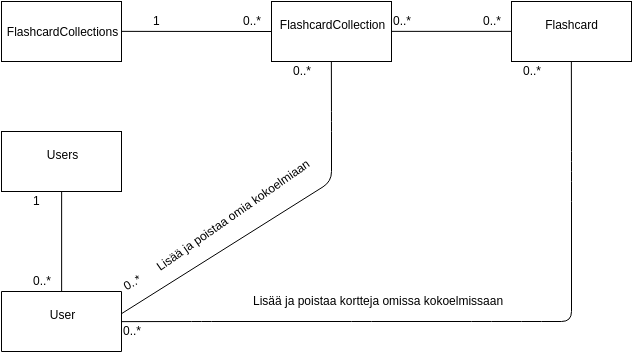
Above: dokumentaatio/MaarittelyvaiheenLuokkakaavio.png in RIR/FlashRep (draw.io), before the change. Source tidied: cells renumbered, new cells last; positions are measured from the earlier drawing's top-left corner, leaving out a move shared by most shapes. Its diagram source:
```xml
<mxGraphModel background="#ffffff">
  <root>
    <mxCell id="0" />
    <mxCell id="1" parent="0" />
    <mxCell id="2" style="edgeStyle=none;html=1;exitX=1;exitY=0.5;entryX=0;entryY=0.5;startFill=0;endArrow=none;endFill=0;" parent="1" edge="1" source="3" target="4">
      <mxGeometry relative="1" as="geometry" />
    </mxCell>
    <mxCell id="3" value="FlashcardCollection&lt;div&gt;&lt;br&gt;&lt;/div&gt;" style="whiteSpace=wrap;html=1;" parent="1" vertex="1">
      <mxGeometry x="270" width="120" height="60" as="geometry" />
    </mxCell>
    <mxCell id="4" value="Flashcard&lt;div&gt;&lt;br&gt;&lt;/div&gt;" style="whiteSpace=wrap;html=1;" parent="1" vertex="1">
      <mxGeometry x="510" width="120" height="60" as="geometry" />
    </mxCell>
    <mxCell id="5" style="edgeStyle=none;html=1;exitX=0.5;exitY=0;entryX=0.5;entryY=1;startFill=0;endArrow=none;endFill=0;" parent="1" edge="1" source="7" target="3">
      <mxGeometry relative="1" as="geometry">
        <Array as="points">
          <mxPoint x="330" y="180" />
          <mxPoint x="330" y="120" />
        </Array>
      </mxGeometry>
    </mxCell>
    <mxCell id="6" style="edgeStyle=none;html=1;entryX=0.5;entryY=1;startFill=0;endArrow=none;endFill=0;exitX=0;exitY=0.5;" parent="1" edge="1" source="7" target="4">
      <mxGeometry relative="1" as="geometry">
        <Array as="points">
          <mxPoint x="200" y="320" />
          <mxPoint x="360" y="320" />
          <mxPoint x="480" y="320" />
          <mxPoint x="530" y="320" />
          <mxPoint x="570" y="320" />
          <mxPoint x="570" y="190" />
          <mxPoint x="570" y="160" />
        </Array>
      </mxGeometry>
    </mxCell>
    <mxCell id="7" value="User&lt;div&gt;&lt;br&gt;&lt;/div&gt;" style="whiteSpace=wrap;html=1;direction=west;" parent="1" vertex="1">
      <mxGeometry y="290" width="120" height="60" as="geometry" />
    </mxCell>
    <mxCell id="8" style="edgeStyle=none;html=1;exitX=0.5;exitY=1;entryX=0.5;entryY=1;startFill=0;endArrow=none;endFill=0;" parent="1" edge="1" source="9" target="7">
      <mxGeometry relative="1" as="geometry" />
    </mxCell>
    <mxCell id="9" value="Users&lt;div&gt;&lt;br&gt;&lt;/div&gt;" style="whiteSpace=wrap;html=1;" parent="1" vertex="1">
      <mxGeometry y="130" width="120" height="60" as="geometry" />
    </mxCell>
    <mxCell id="10" value="&lt;div&gt;FlashcardCollections&lt;/div&gt;" style="whiteSpace=wrap;html=1;" parent="1" vertex="1">
      <mxGeometry width="120" height="60" as="geometry" />
    </mxCell>
    <mxCell id="11" style="endArrow=none;html=1;strokeColor=#000000;startArrow=none;startFill=0;endFill=0;exitX=1;exitY=0.5;entryX=0;entryY=0.5;" parent="1" edge="1" target="3">
      <mxGeometry relative="1" as="geometry">
        <mxPoint x="269.9" y="29.9" as="sourcePoint" />
      </mxGeometry>
    </mxCell>
    <mxCell id="12" value="1" style="text;html=1;align=left;verticalAlign=top;spacingTop=-4;" parent="1" vertex="1">
      <mxGeometry x="150" y="10" width="20" height="20" as="geometry" />
    </mxCell>
    <mxCell id="13" style="endArrow=none;html=1;strokeColor=#000000;startArrow=none;startFill=0;endFill=0;exitX=1;exitY=0.5;" parent="1" edge="1" source="10">
      <mxGeometry relative="1" as="geometry">
        <mxPoint x="270" y="30" as="targetPoint" />
      </mxGeometry>
    </mxCell>
    <mxCell id="14" value="0..*" style="text;html=1;align=left;verticalAlign=top;spacingTop=-4;" parent="1" vertex="1">
      <mxGeometry x="240" y="10" width="30" height="20" as="geometry" />
    </mxCell>
    <mxCell id="15" value="0..*" style="text;html=1;align=left;verticalAlign=top;spacingTop=-4;" parent="1" vertex="1">
      <mxGeometry x="390" y="10" width="30" height="20" as="geometry" />
    </mxCell>
    <mxCell id="16" value="0..*" style="text;html=1;align=left;verticalAlign=top;spacingTop=-4;" parent="1" vertex="1">
      <mxGeometry x="480" y="10" width="30" height="20" as="geometry" />
    </mxCell>
    <mxCell id="17" value="0..*" style="text;html=1;align=left;verticalAlign=top;spacingTop=-4;" parent="1" vertex="1">
      <mxGeometry x="290" y="60" width="30" height="20" as="geometry" />
    </mxCell>
    <mxCell id="18" value="Lisää ja poistaa kortteja omissa kokoelmissaan" style="text;html=1;align=left;verticalAlign=top;spacingTop=-4;rotation=0;" parent="1" vertex="1">
      <mxGeometry x="250" y="290" width="270" height="20" as="geometry" />
    </mxCell>
    <mxCell id="19" value="Lisää ja poistaa omia kokoelmiaan&lt;div&gt;&lt;br&gt;&lt;/div&gt;" style="text;html=1;align=left;verticalAlign=top;spacingTop=-4;rotation=-35;" parent="1" vertex="1">
      <mxGeometry x="140" y="200" width="200" height="30" as="geometry" />
    </mxCell>
    <mxCell id="20" value="0..*" style="text;html=1;align=left;verticalAlign=top;spacingTop=-4;" parent="1" vertex="1">
      <mxGeometry x="520" y="60" width="30" height="20" as="geometry" />
    </mxCell>
    <mxCell id="21" value="0..*" style="text;html=1;align=left;verticalAlign=top;spacingTop=-4;rotation=-30;" parent="1" vertex="1">
      <mxGeometry x="120" y="270" width="30" height="20" as="geometry" />
    </mxCell>
    <mxCell id="22" value="0..*" style="text;html=1;align=left;verticalAlign=top;spacingTop=-4;" parent="1" vertex="1">
      <mxGeometry x="30" y="270" width="30" height="20" as="geometry" />
    </mxCell>
    <mxCell id="23" value="1" style="text;html=1;align=left;verticalAlign=top;spacingTop=-4;" parent="1" vertex="1">
      <mxGeometry x="30" y="190" width="20" height="20" as="geometry" />
    </mxCell>
    <mxCell id="24" value="0..*" style="text;html=1;points=[];align=left;verticalAlign=top;spacingTop=-4;" parent="1" vertex="1">
      <mxGeometry x="120" y="320" width="30" height="20" as="geometry" />
    </mxCell>
  </root>
</mxGraphModel>
```
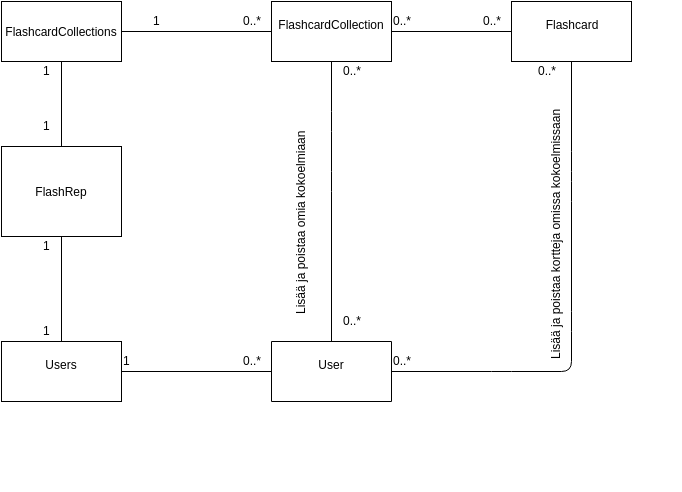
After the change.

Commit message:
Määrittelyvaiheen luokkakaavio. Ei otettu vielä kantaa kertausvälialgoritmin toteuttamiseen

What changed in the source:
```diff
@@ -19,13 +19,12 @@
         </Array>
       </mxGeometry>
     </mxCell>
-    <mxCell id="6" style="edgeStyle=none;html=1;entryX=0.5;entryY=1;startFill=0;endArrow=none;endFill=0;exitX=0;exitY=0.5;" parent="1" edge="1" source="7" target="4">
+    <mxCell id="6" style="edgeStyle=none;html=1;entryX=0.5;entryY=1;startFill=0;endArrow=none;endFill=0;" parent="1" edge="1" target="4">
       <mxGeometry relative="1" as="geometry">
+        <mxPoint x="390" y="370" as="sourcePoint" />
         <Array as="points">
-          <mxPoint x="200" y="320" />
-          <mxPoint x="360" y="320" />
-          <mxPoint x="480" y="320" />
-          <mxPoint x="530" y="320" />
+          <mxPoint x="500" y="370" />
+          <mxPoint x="570" y="370" />
           <mxPoint x="570" y="320" />
           <mxPoint x="570" y="190" />
           <mxPoint x="570" y="160" />
@@ -33,13 +32,13 @@
       </mxGeometry>
     </mxCell>
     <mxCell id="7" value="User&lt;div&gt;&lt;br&gt;&lt;/div&gt;" style="whiteSpace=wrap;html=1;direction=west;" parent="1" vertex="1">
-      <mxGeometry y="290" width="120" height="60" as="geometry" />
+      <mxGeometry x="270" y="340" width="120" height="60" as="geometry" />
     </mxCell>
-    <mxCell id="8" style="edgeStyle=none;html=1;exitX=0.5;exitY=1;entryX=0.5;entryY=1;startFill=0;endArrow=none;endFill=0;" parent="1" edge="1" source="9" target="7">
+    <mxCell id="8" style="edgeStyle=none;html=1;exitX=1;exitY=0.5;startFill=0;endArrow=none;endFill=0;" parent="1" edge="1" source="9" target="7">
       <mxGeometry relative="1" as="geometry" />
     </mxCell>
     <mxCell id="9" value="Users&lt;div&gt;&lt;br&gt;&lt;/div&gt;" style="whiteSpace=wrap;html=1;" parent="1" vertex="1">
-      <mxGeometry y="130" width="120" height="60" as="geometry" />
+      <mxGeometry y="340" width="120" height="60" as="geometry" />
     </mxCell>
     <mxCell id="10" value="&lt;div&gt;FlashcardCollections&lt;/div&gt;" style="whiteSpace=wrap;html=1;" parent="1" vertex="1">
       <mxGeometry width="120" height="60" as="geometry" />
@@ -67,28 +66,52 @@
       <mxGeometry x="480" y="10" width="30" height="20" as="geometry" />
     </mxCell>
     <mxCell id="17" value="0..*" style="text;html=1;align=left;verticalAlign=top;spacingTop=-4;" parent="1" vertex="1">
-      <mxGeometry x="290" y="60" width="30" height="20" as="geometry" />
+      <mxGeometry x="340" y="60" width="30" height="20" as="geometry" />
     </mxCell>
-    <mxCell id="18" value="Lisää ja poistaa kortteja omissa kokoelmissaan" style="text;html=1;align=left;verticalAlign=top;spacingTop=-4;rotation=0;" parent="1" vertex="1">
-      <mxGeometry x="250" y="290" width="270" height="20" as="geometry" />
+    <mxCell id="18" value="Lisää ja poistaa kortteja omissa kokoelmissaan" style="text;html=1;align=left;verticalAlign=top;spacingTop=-4;rotation=-90;" parent="1" vertex="1">
+      <mxGeometry x="420" y="215" width="270" height="20" as="geometry" />
     </mxCell>
-    <mxCell id="19" value="Lisää ja poistaa omia kokoelmiaan&lt;div&gt;&lt;br&gt;&lt;/div&gt;" style="text;html=1;align=left;verticalAlign=top;spacingTop=-4;rotation=-35;" parent="1" vertex="1">
-      <mxGeometry x="140" y="200" width="200" height="30" as="geometry" />
+    <mxCell id="19" value="Lisää ja poistaa omia kokoelmiaan&lt;div&gt;&lt;br&gt;&lt;/div&gt;" style="text;html=1;align=left;verticalAlign=top;spacingTop=-4;rotation=-90;" parent="1" vertex="1">
+      <mxGeometry x="205" y="200" width="200" height="30" as="geometry" />
     </mxCell>
     <mxCell id="20" value="0..*" style="text;html=1;align=left;verticalAlign=top;spacingTop=-4;" parent="1" vertex="1">
-      <mxGeometry x="520" y="60" width="30" height="20" as="geometry" />
+      <mxGeometry x="535" y="60" width="30" height="20" as="geometry" />
     </mxCell>
-    <mxCell id="21" value="0..*" style="text;html=1;align=left;verticalAlign=top;spacingTop=-4;rotation=-30;" parent="1" vertex="1">
-      <mxGeometry x="120" y="270" width="30" height="20" as="geometry" />
-    </mxCell>
-    <mxCell id="22" value="0..*" style="text;html=1;align=left;verticalAlign=top;spacingTop=-4;" parent="1" vertex="1">
-      <mxGeometry x="30" y="270" width="30" height="20" as="geometry" />
-    </mxCell>
     <mxCell id="23" value="1" style="text;html=1;align=left;verticalAlign=top;spacingTop=-4;" parent="1" vertex="1">
-      <mxGeometry x="30" y="190" width="20" height="20" as="geometry" />
+      <mxGeometry x="120" y="350" width="20" height="20" as="geometry" />
     </mxCell>
     <mxCell id="24" value="0..*" style="text;html=1;points=[];align=left;verticalAlign=top;spacingTop=-4;" parent="1" vertex="1">
-      <mxGeometry x="120" y="320" width="30" height="20" as="geometry" />
+      <mxGeometry x="390" y="350" width="30" height="20" as="geometry" />
     </mxCell>
+    <mxCell id="25" style="edgeStyle=none;html=1;startFill=0;endArrow=none;endFill=0;exitX=0;exitY=0.5;" parent="1" edge="1" source="7" target="24">
+      <mxGeometry relative="1" as="geometry" />
+    </mxCell>
+    <mxCell id="26" value="0..*" style="text;html=1;align=left;verticalAlign=top;spacingTop=-4;rotation=0;" parent="1" vertex="1">
+      <mxGeometry x="340" y="310" width="30" height="20" as="geometry" />
+    </mxCell>
+    <mxCell id="27" value="0..*" style="text;html=1;align=left;verticalAlign=top;spacingTop=-4;rotation=0;" parent="1" vertex="1">
+      <mxGeometry x="240" y="350" width="30" height="20" as="geometry" />
+    </mxCell>
+    <mxCell id="28" style="edgeStyle=none;html=1;exitX=0.5;exitY=1;entryX=0.5;entryY=0;startFill=0;endArrow=none;endFill=0;" parent="1" edge="1" source="30" target="9">
+      <mxGeometry relative="1" as="geometry" />
+    </mxCell>
+    <mxCell id="29" style="edgeStyle=none;html=1;exitX=0.5;exitY=0;entryX=0.5;entryY=1;startFill=0;endArrow=none;endFill=0;" parent="1" edge="1" source="30" target="10">
+      <mxGeometry relative="1" as="geometry" />
+    </mxCell>
+    <mxCell id="30" value="FlashRep" style="whiteSpace=wrap;html=1;" parent="1" vertex="1">
+      <mxGeometry y="145" width="120" height="90" as="geometry" />
+    </mxCell>
+    <mxCell id="31" value="1" style="text;html=1;align=left;verticalAlign=top;spacingTop=-4;rotation=0;" parent="1" vertex="1">
+      <mxGeometry x="40" y="320" width="20" height="20" as="geometry" />
+    </mxCell>
+    <mxCell id="32" value="1&lt;div&gt;&lt;br&gt;&lt;/div&gt;" style="text;html=1;align=left;verticalAlign=top;spacingTop=-4;rotation=0;" parent="1" vertex="1">
+      <mxGeometry x="40" y="115" width="20" height="30" as="geometry" />
+    </mxCell>
+    <mxCell id="33" value="1&lt;div&gt;&lt;br&gt;&lt;/div&gt;" style="text;html=1;align=left;verticalAlign=top;spacingTop=-4;rotation=0;" parent="1" vertex="1">
+      <mxGeometry x="40" y="60" width="20" height="30" as="geometry" />
+    </mxCell>
+    <mxCell id="34" value="1&lt;div&gt;&lt;br&gt;&lt;/div&gt;" style="text;html=1;align=left;verticalAlign=top;spacingTop=-4;rotation=0;" parent="1" vertex="1">
+      <mxGeometry x="40" y="235" width="20" height="30" as="geometry" />
+    </mxCell>
   </root>
 </mxGraphModel>
```
